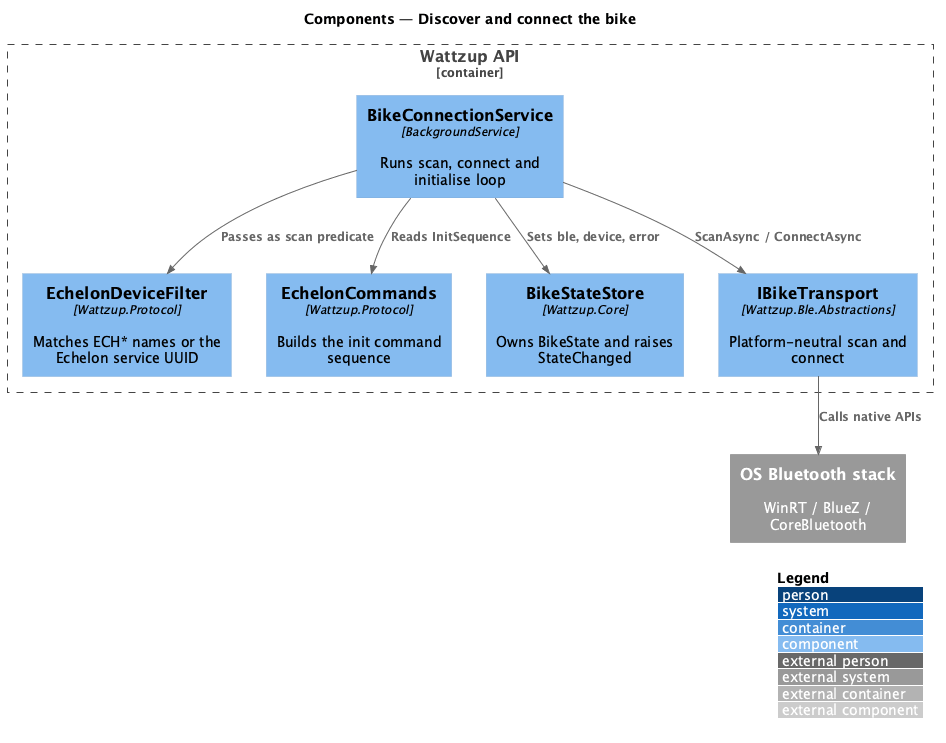
Above: docs/detailed-designs/bike-connectivity/discover-and-connect-bike/diagrams/c4-component.png in QuinntyneBrown/ride-one (PlantUML), before the change. Source of this version:
```plantuml
@startuml
!include <C4/C4_Component>
LAYOUT_WITH_LEGEND()
title Components — Discover and connect the bike

Container_Boundary(api, "Wattzup API") {
  Component(svc, "BikeConnectionService", "BackgroundService", "Runs scan, connect and initialise loop")
  Component(filter, "EchelonDeviceFilter", "Wattzup.Protocol", "Matches ECH* names or the Echelon service UUID")
  Component(cmds, "EchelonCommands", "Wattzup.Protocol", "Builds the init command sequence")
  Component(store, "BikeStateStore", "Wattzup.Core", "Owns BikeState and raises StateChanged")
  Component(transport, "IBikeTransport", "Wattzup.Ble.Abstractions", "Platform-neutral scan and connect")
}
System_Ext(os, "OS Bluetooth stack", "WinRT / BlueZ / CoreBluetooth")

Rel(svc, filter, "Passes as scan predicate")
Rel(svc, cmds, "Reads InitSequence")
Rel(svc, transport, "ScanAsync / ConnectAsync")
Rel(svc, store, "Sets ble, device, error")
Rel(transport, os, "Calls native APIs")
@enduml
```
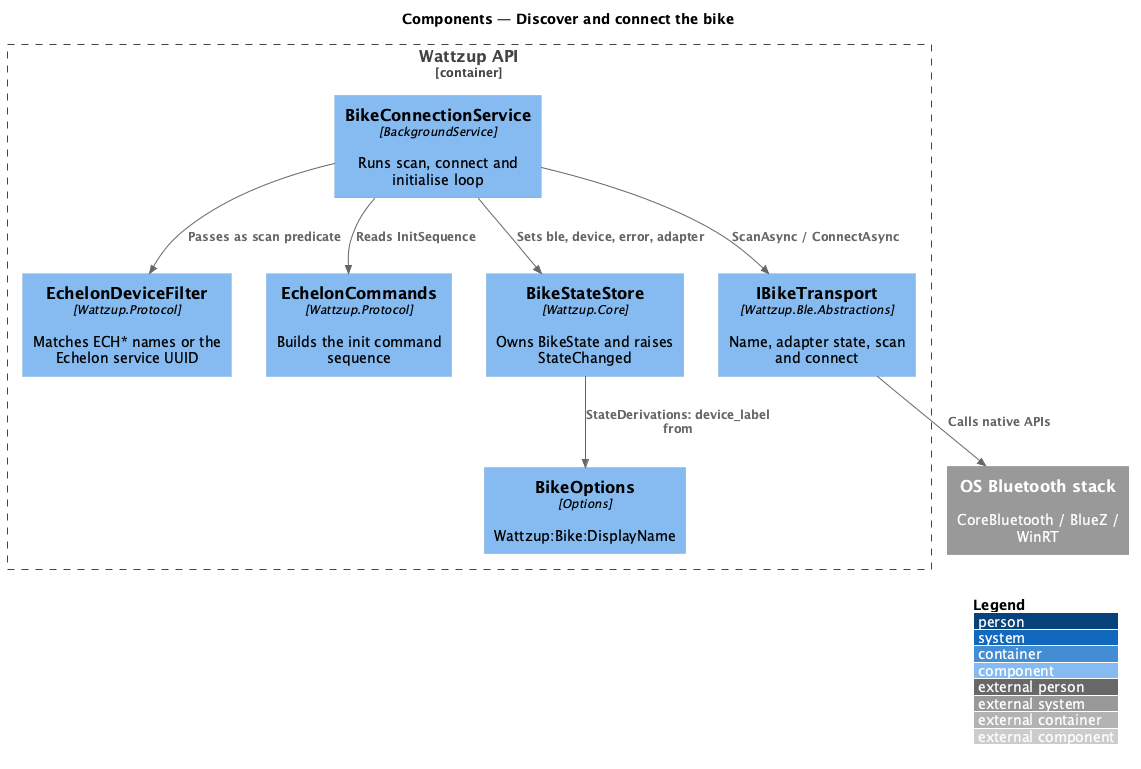
Above is the later version.

What changed in the source:
```diff
@@ -8,13 +8,15 @@
   Component(filter, "EchelonDeviceFilter", "Wattzup.Protocol", "Matches ECH* names or the Echelon service UUID")
   Component(cmds, "EchelonCommands", "Wattzup.Protocol", "Builds the init command sequence")
   Component(store, "BikeStateStore", "Wattzup.Core", "Owns BikeState and raises StateChanged")
-  Component(transport, "IBikeTransport", "Wattzup.Ble.Abstractions", "Platform-neutral scan and connect")
+  Component(transport, "IBikeTransport", "Wattzup.Ble.Abstractions", "Name, adapter state, scan and connect")
+  Component(opts, "BikeOptions", "Options", "Wattzup:Bike:DisplayName")
 }
-System_Ext(os, "OS Bluetooth stack", "WinRT / BlueZ / CoreBluetooth")
+System_Ext(os, "OS Bluetooth stack", "CoreBluetooth / BlueZ / WinRT")
 
 Rel(svc, filter, "Passes as scan predicate")
 Rel(svc, cmds, "Reads InitSequence")
 Rel(svc, transport, "ScanAsync / ConnectAsync")
-Rel(svc, store, "Sets ble, device, error")
+Rel(svc, store, "Sets ble, device, error, adapter")
+Rel(store, opts, "StateDerivations: device_label from")
 Rel(transport, os, "Calls native APIs")
 @enduml
```
